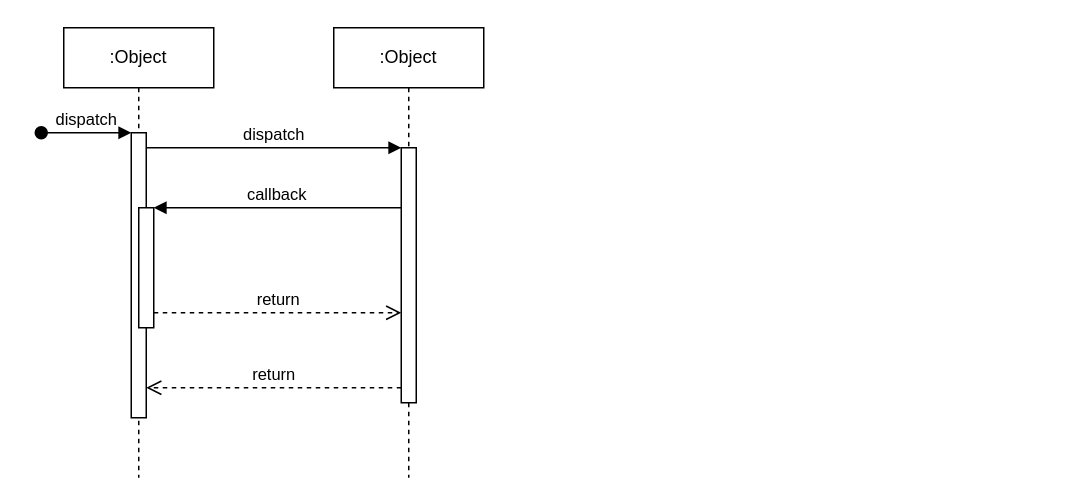
Above: Diagramas/Diagrama de Sequencia certo.drawio in cc4semestre/projeto (draw.io), before the change. Source tidied: cells renumbered, new cells numbered last; positions are measured from the earlier drawing's top-left corner, leaving out a move shared by most shapes. Both pictures are drawn from the tidied source at 150%, with x=0, y=0 at pixel (40, 27).
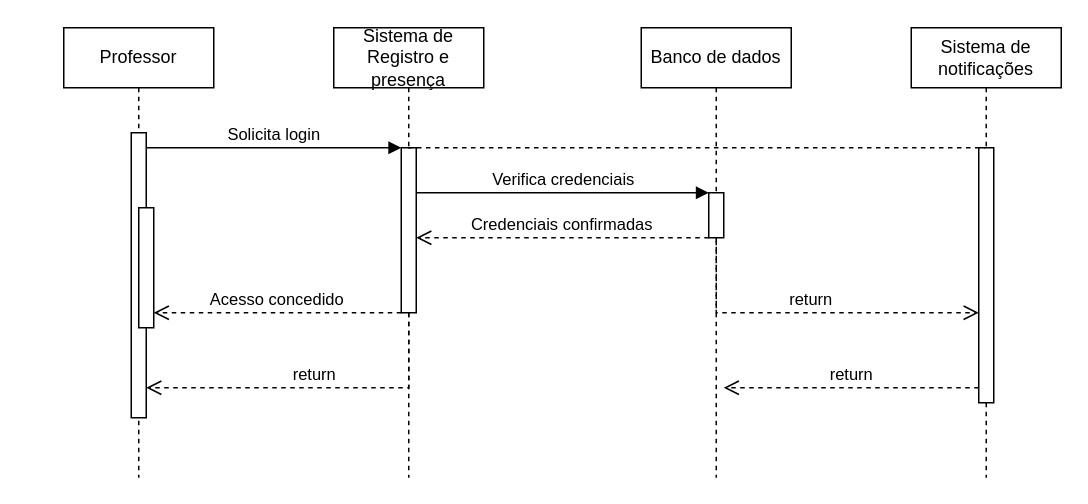
Above is the later version.

The change refers to these unchanged cells:
```xml
<mxCell id="3" style="html=1;points=[];perimeter=orthogonalPerimeter;outlineConnect=0;targetShapes=umlLifeline;portConstraint=eastwest;newEdgeStyle={&quot;edgeStyle&quot;:&quot;elbowEdgeStyle&quot;,&quot;elbow&quot;:&quot;vertical&quot;,&quot;curved&quot;:0,&quot;rounded&quot;:0};" parent="2" vertex="1">
  <mxGeometry x="45" y="70" width="10" height="190" as="geometry" />
</mxCell>
<mxCell id="5" style="html=1;points=[];perimeter=orthogonalPerimeter;outlineConnect=0;targetShapes=umlLifeline;portConstraint=eastwest;newEdgeStyle={&quot;edgeStyle&quot;:&quot;elbowEdgeStyle&quot;,&quot;elbow&quot;:&quot;vertical&quot;,&quot;curved&quot;:0,&quot;rounded&quot;:0};" parent="2" vertex="1">
  <mxGeometry x="50" y="120" width="10" height="80" as="geometry" />
</mxCell>
```

The edit, as a diff of the source:
```diff
@@
-    <mxCell id="2" value=":Object" style="shape=umlLifeline;perimeter=lifelinePerimeter;whiteSpace=wrap;html=1;newEdgeStyle={&quot;edgeStyle&quot;:&quot;elbowEdgeStyle&quot;,&quot;elbow&quot;:&quot;vertical&quot;,&quot;curved&quot;:0,&quot;rounded&quot;:0};" parent="1" vertex="1">
+    <mxCell id="2" value="Professor" style="shape=umlLifeline;perimeter=lifelinePerimeter;whiteSpace=wrap;html=1;newEdgeStyle={&quot;edgeStyle&quot;:&quot;elbowEdgeStyle&quot;,&quot;elbow&quot;:&quot;vertical&quot;,&quot;curved&quot;:0,&quot;rounded&quot;:0};" parent="1" vertex="1">
       <mxGeometry x="15" width="100" height="300" as="geometry" />
     </mxCell>
@@
-    <mxCell id="4" value="dispatch" style="html=1;verticalAlign=bottom;startArrow=oval;endArrow=block;startSize=8;edgeStyle=elbowEdgeStyle;elbow=vertical;curved=0;rounded=0;" parent="2" edge="1" target="3">
-      <mxGeometry relative="1" as="geometry">
-        <mxPoint x="-15" y="70" as="sourcePoint" />
-      </mxGeometry>
-    </mxCell>
@@
-    <mxCell id="6" value=":Object" style="shape=umlLifeline;perimeter=lifelinePerimeter;whiteSpace=wrap;html=1;outlineConnect=0;portConstraint=eastwest;newEdgeStyle={&quot;edgeStyle&quot;:&quot;elbowEdgeStyle&quot;,&quot;elbow&quot;:&quot;vertical&quot;,&quot;curved&quot;:0,&quot;rounded&quot;:0};" parent="1" vertex="1">
+    <mxCell id="6" value="Sistema de Registro e presença" style="shape=umlLifeline;perimeter=lifelinePerimeter;whiteSpace=wrap;html=1;outlineConnect=0;portConstraint=eastwest;newEdgeStyle={&quot;edgeStyle&quot;:&quot;elbowEdgeStyle&quot;,&quot;elbow&quot;:&quot;vertical&quot;,&quot;curved&quot;:0,&quot;rounded&quot;:0};" parent="1" vertex="1">
       <mxGeometry x="195" width="100" height="300" as="geometry" />
     </mxCell>
     <mxCell id="7" style="html=1;points=[];perimeter=orthogonalPerimeter;outlineConnect=0;targetShapes=umlLifeline;portConstraint=eastwest;newEdgeStyle={&quot;edgeStyle&quot;:&quot;elbowEdgeStyle&quot;,&quot;elbow&quot;:&quot;vertical&quot;,&quot;curved&quot;:0,&quot;rounded&quot;:0};" parent="6" vertex="1">
-      <mxGeometry x="45" y="80" width="10" height="170" as="geometry" />
+      <mxGeometry x="45" y="80" width="10" height="110" as="geometry" />
     </mxCell>
-    <mxCell id="8" value="dispatch" style="html=1;verticalAlign=bottom;endArrow=block;edgeStyle=elbowEdgeStyle;elbow=vertical;curved=0;rounded=0;" parent="1" edge="1" source="3" target="7">
+    <mxCell id="8" value="Solicita login" style="html=1;verticalAlign=bottom;endArrow=block;edgeStyle=elbowEdgeStyle;elbow=vertical;curved=0;rounded=0;" parent="1" edge="1" source="3" target="7">
       <mxGeometry relative="1" as="geometry">
         <Array as="points">
           <mxPoint x="155" y="80" />
         </Array>
       </mxGeometry>
     </mxCell>
@@
-    <mxCell id="10" value="callback" style="html=1;verticalAlign=bottom;endArrow=block;edgeStyle=elbowEdgeStyle;elbow=vertical;curved=0;rounded=0;" parent="1" edge="1" source="7" target="5">
-      <mxGeometry relative="1" as="geometry">
-        <Array as="points">
-          <mxPoint x="165" y="120" />
-        </Array>
-      </mxGeometry>
-    </mxCell>
-    <mxCell id="11" value="return" style="html=1;verticalAlign=bottom;endArrow=open;dashed=1;endSize=8;edgeStyle=elbowEdgeStyle;elbow=vertical;curved=0;rounded=0;" parent="1" edge="1" source="5" target="7">
-      <mxGeometry relative="1" as="geometry">
-        <Array as="points">
-          <mxPoint x="155" y="190" />
-        </Array>
-      </mxGeometry>
-    </mxCell>
+    <mxCell id="12" value="Banco de dados" style="shape=umlLifeline;perimeter=lifelinePerimeter;whiteSpace=wrap;html=1;newEdgeStyle={&quot;edgeStyle&quot;:&quot;elbowEdgeStyle&quot;,&quot;elbow&quot;:&quot;vertical&quot;,&quot;curved&quot;:0,&quot;rounded&quot;:0};" parent="1" vertex="1">
+      <mxGeometry x="400" width="100" height="300" as="geometry" />
+    </mxCell>
+    <mxCell id="13" style="html=1;points=[];perimeter=orthogonalPerimeter;outlineConnect=0;targetShapes=umlLifeline;portConstraint=eastwest;newEdgeStyle={&quot;edgeStyle&quot;:&quot;elbowEdgeStyle&quot;,&quot;elbow&quot;:&quot;vertical&quot;,&quot;curved&quot;:0,&quot;rounded&quot;:0};" parent="12" vertex="1">
+      <mxGeometry x="45" y="110" width="10" height="30" as="geometry" />
+    </mxCell>
+    <mxCell id="14" value="Sistema de notificações" style="shape=umlLifeline;perimeter=lifelinePerimeter;whiteSpace=wrap;html=1;outlineConnect=0;portConstraint=eastwest;newEdgeStyle={&quot;edgeStyle&quot;:&quot;elbowEdgeStyle&quot;,&quot;elbow&quot;:&quot;vertical&quot;,&quot;curved&quot;:0,&quot;rounded&quot;:0};" parent="1" vertex="1">
+      <mxGeometry x="580" width="100" height="300" as="geometry" />
+    </mxCell>
+    <mxCell id="15" style="html=1;points=[];perimeter=orthogonalPerimeter;outlineConnect=0;targetShapes=umlLifeline;portConstraint=eastwest;newEdgeStyle={&quot;edgeStyle&quot;:&quot;elbowEdgeStyle&quot;,&quot;elbow&quot;:&quot;vertical&quot;,&quot;curved&quot;:0,&quot;rounded&quot;:0};" parent="14" vertex="1">
+      <mxGeometry x="45" y="80" width="10" height="170" as="geometry" />
+    </mxCell>
+    <mxCell id="16" value="return" style="html=1;verticalAlign=bottom;endArrow=open;dashed=1;endSize=8;edgeStyle=elbowEdgeStyle;elbow=vertical;curved=0;rounded=0;" parent="1" edge="1" source="15">
+      <mxGeometry relative="1" as="geometry">
+        <mxPoint x="455" y="240" as="targetPoint" />
+        <Array as="points">
+          <mxPoint x="550" y="240" />
+        </Array>
+      </mxGeometry>
+    </mxCell>
+    <mxCell id="17" value="return" style="html=1;verticalAlign=bottom;endArrow=open;dashed=1;endSize=8;edgeStyle=elbowEdgeStyle;elbow=vertical;curved=0;rounded=0;" parent="1" edge="1" source="13" target="15">
+      <mxGeometry relative="1" as="geometry">
+        <Array as="points">
+          <mxPoint x="540" y="190" />
+        </Array>
+      </mxGeometry>
+    </mxCell>
+    <mxCell id="18" style="endArrow=none;dashed=1;html=1;rounded=0;" parent="1" edge="1" source="6" target="14">
+      <mxGeometry relative="1" as="geometry">
+        <Array as="points">
+          <mxPoint x="325" y="80" />
+          <mxPoint x="445" y="80" />
+        </Array>
+      </mxGeometry>
+    </mxCell>
+    <mxCell id="19" value="Verifica credenciais" style="html=1;verticalAlign=bottom;endArrow=block;edgeStyle=elbowEdgeStyle;elbow=vertical;curved=0;rounded=0;" parent="1" edge="1" source="7">
+      <mxGeometry relative="1" as="geometry">
+        <mxPoint x="445" y="110" as="targetPoint" />
+        <Array as="points">
+          <mxPoint x="330" y="110" />
+        </Array>
+      </mxGeometry>
+    </mxCell>
+    <mxCell id="20" value="Credenciais confirmadas" style="html=1;verticalAlign=bottom;endArrow=open;dashed=1;endSize=8;edgeStyle=elbowEdgeStyle;elbow=vertical;curved=0;rounded=0;" parent="1" edge="1">
+      <mxGeometry relative="1" as="geometry">
+        <mxPoint x="445" y="140" as="sourcePoint" />
+        <mxPoint x="250" y="140" as="targetPoint" />
+        <Array as="points">
+          <mxPoint x="350" y="140" />
+        </Array>
+      </mxGeometry>
+    </mxCell>
+    <mxCell id="21" value="Acesso concedido" style="html=1;verticalAlign=bottom;endArrow=open;dashed=1;endSize=8;edgeStyle=elbowEdgeStyle;elbow=vertical;curved=0;rounded=0;" parent="1" edge="1" source="7">
+      <mxGeometry relative="1" as="geometry">
+        <mxPoint x="75" y="190" as="targetPoint" />
+        <Array as="points">
+          <mxPoint x="205" y="190" />
+          <mxPoint x="95" y="170" />
+        </Array>
+      </mxGeometry>
+    </mxCell>
```
